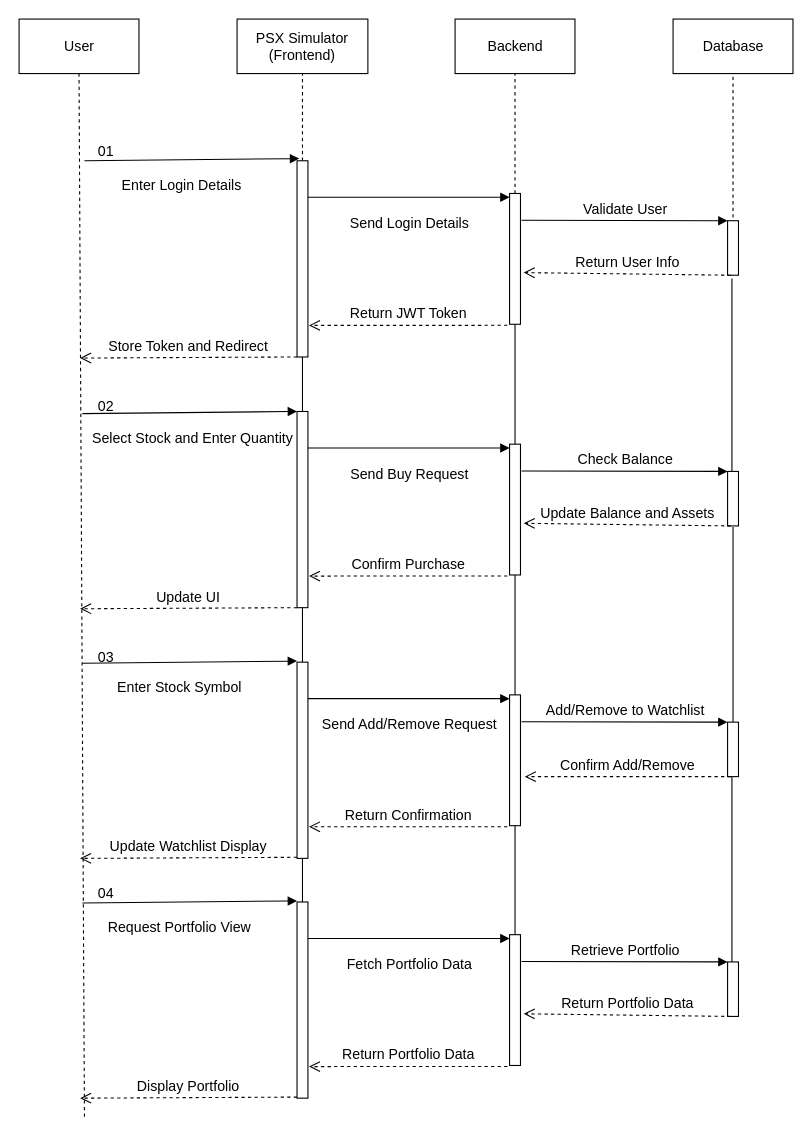
Above: diagrams/sequence.drawio in httpshahan/Pakistan-Stock-Exchange-Simulator (draw.io), before the change. Source tidied: cells renumbered, new cells numbered last; positions are measured from the earlier drawing's top-left corner, leaving out a move shared by most shapes. Both pictures are drawn from the tidied source at 109%, with x=0, y=0 at pixel (19, 19).
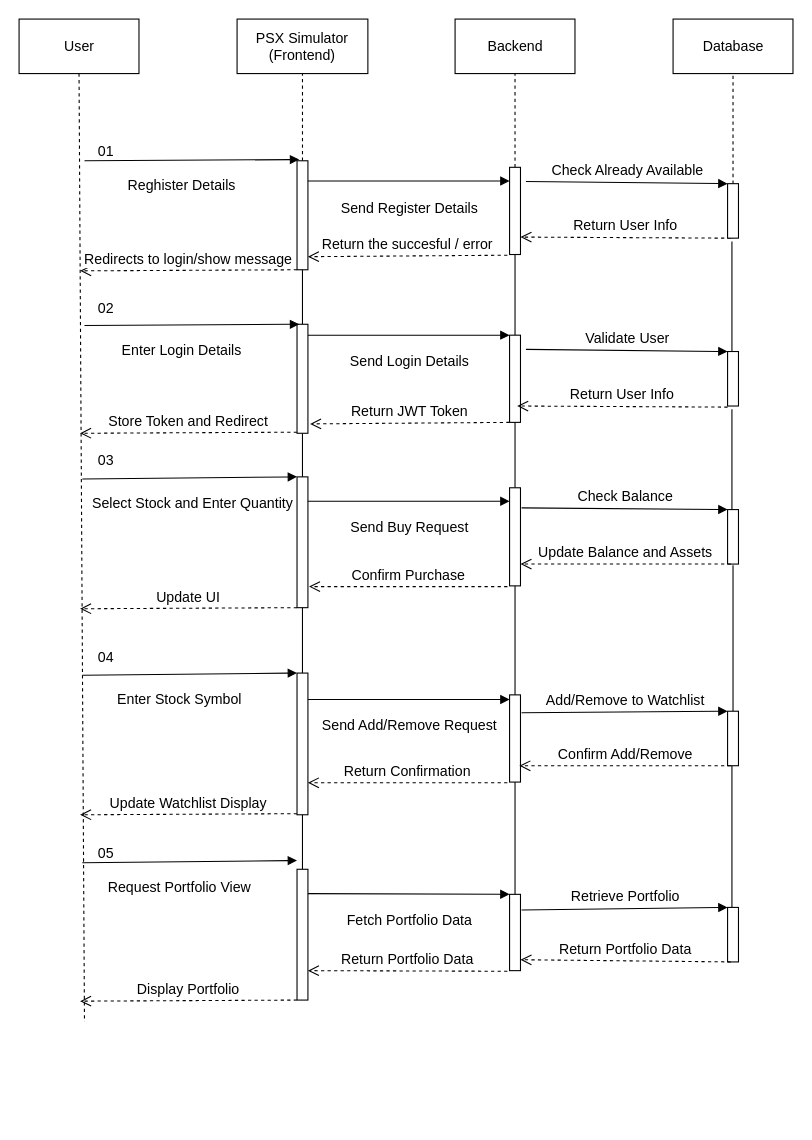
After the change.

The change refers to these unchanged cells:
```xml
<mxCell id="3" value="User" style="html=1;fillColor=none;fontSize=13;" parent="1" vertex="1">
  <mxGeometry width="110" height="50" as="geometry" />
</mxCell>
<mxCell id="5" value="Database" style="html=1;fillColor=none;fontSize=13;" parent="1" vertex="1">
  <mxGeometry x="600" width="110" height="50" as="geometry" />
</mxCell>
```

What changed in the source:
```diff
@@
     <mxCell id="2" style="edgeStyle=none;html=1;exitX=0.5;exitY=1;exitDx=0;exitDy=0;endArrow=none;endFill=0;dashed=1;" parent="1" edge="1" source="3">
       <mxGeometry relative="1" as="geometry">
-        <mxPoint x="60" y="1010" as="targetPoint" />
+        <mxPoint x="60" y="920" as="targetPoint" />
       </mxGeometry>
     </mxCell>
@@
     <mxCell id="7" style="html=1;points=[];perimeter=orthogonalPerimeter;fontSize=13;" parent="1" vertex="1">
-      <mxGeometry x="255" y="130" width="10" height="180" as="geometry" />
+      <mxGeometry x="255" y="130" width="10" height="100" as="geometry" />
     </mxCell>
@@
-    <mxCell id="9" value="Enter Login Details" style="endArrow=block;endFill=1;html=1;align=center;verticalAlign=top;entryX=0.2;entryY=-0.011;entryDx=0;entryDy=0;entryPerimeter=0;fontSize=13;" parent="1" edge="1" target="7">
+    <mxCell id="9" value="Reghister Details" style="endArrow=block;endFill=1;html=1;align=center;verticalAlign=top;entryX=0.2;entryY=-0.011;entryDx=0;entryDy=0;entryPerimeter=0;fontSize=13;" parent="1" edge="1" target="7">
       <mxGeometry x="-0.09" y="-9" relative="1" as="geometry">
         <mxPoint x="60" y="130" as="sourcePoint" />
         <mxPoint x="-1" as="offset" />
       </mxGeometry>
     </mxCell>
@@
     <mxCell id="11" style="html=1;points=[];perimeter=orthogonalPerimeter;fontSize=13;" parent="1" vertex="1">
-      <mxGeometry x="450" y="160" width="10" height="120" as="geometry" />
+      <mxGeometry x="450" y="136" width="10" height="80" as="geometry" />
     </mxCell>
-    <mxCell id="12" value="Send Login Details" style="html=1;verticalAlign=top;startArrow=none;endArrow=block;startSize=8;startFill=0;snapToPoint=0;exitX=1;exitY=0.186;exitDx=0;exitDy=0;exitPerimeter=0;fontSize=13;" parent="1" edge="1" source="7" target="11">
+    <mxCell id="12" value="Send Register Details" style="html=1;verticalAlign=top;startArrow=none;endArrow=block;startSize=8;startFill=0;snapToPoint=0;exitX=1;exitY=0.186;exitDx=0;exitDy=0;exitPerimeter=0;fontSize=13;" parent="1" edge="1" source="7" target="11">
       <mxGeometry y="-10" relative="1" as="geometry" />
     </mxCell>
-    <mxCell id="13" style="edgeStyle=none;html=1;dashed=1;startArrow=none;startFill=0;endArrow=none;endFill=0;entryX=0.5;entryY=1;entryDx=0;entryDy=0;fontSize=13;" parent="1" edge="1" target="5">
-      <mxGeometry relative="1" as="geometry">
-        <mxPoint x="655" y="200" as="sourcePoint" />
-      </mxGeometry>
+    <mxCell id="13" style="edgeStyle=none;html=1;dashed=1;startArrow=none;startFill=0;endArrow=none;endFill=0;entryX=0.5;entryY=1;entryDx=0;entryDy=0;fontSize=13;" parent="1" edge="1" source="14" target="5">
+      <mxGeometry relative="1" as="geometry" />
     </mxCell>
-    <mxCell id="14" style="html=1;points=[];perimeter=orthogonalPerimeter;fontSize=13;" parent="1" vertex="1">
-      <mxGeometry x="650" y="185" width="10" height="50" as="geometry" />
-    </mxCell>
-    <mxCell id="15" value="Validate User" style="html=1;verticalAlign=bottom;endArrow=block;entryX=0;entryY=0;exitX=1.1;exitY=0.205;exitDx=0;exitDy=0;exitPerimeter=0;fontSize=13;" parent="1" edge="1" source="11" target="14">
+    <mxCell id="15" value="Check Already Available" style="html=1;verticalAlign=bottom;endArrow=block;entryX=0;entryY=0;exitX=1.5;exitY=0.163;exitDx=0;exitDy=0;exitPerimeter=0;fontSize=13;" parent="1" edge="1" source="11" target="14">
       <mxGeometry relative="1" as="geometry" />
     </mxCell>
-    <mxCell id="16" value="Return User Info" style="html=1;verticalAlign=bottom;endArrow=open;dashed=1;endSize=8;exitX=0.3;exitY=1;entryX=1.3;entryY=0.605;entryDx=0;entryDy=0;entryPerimeter=0;exitDx=0;exitDy=0;exitPerimeter=0;fontSize=13;" parent="1" edge="1" source="14" target="11">
+    <mxCell id="16" value="Return User Info" style="html=1;verticalAlign=bottom;endArrow=open;dashed=1;endSize=8;exitX=0.3;exitY=1;exitDx=0;exitDy=0;exitPerimeter=0;fontSize=13;entryX=1;entryY=0.8;entryDx=0;entryDy=0;entryPerimeter=0;" parent="1" edge="1" source="14" target="11">
       <mxGeometry relative="1" as="geometry" />
     </mxCell>
-    <mxCell id="17" value="Return JWT Token" style="html=1;verticalAlign=bottom;endArrow=open;dashed=1;endSize=8;exitX=-0.2;exitY=1.008;exitDx=0;exitDy=0;exitPerimeter=0;entryX=1.1;entryY=0.839;entryDx=0;entryDy=0;entryPerimeter=0;fontSize=13;" parent="1" edge="1" source="11" target="7">
+    <mxCell id="17" value="Return the succesful / error" style="html=1;verticalAlign=bottom;endArrow=open;dashed=1;endSize=8;exitX=-0.2;exitY=1.008;exitDx=0;exitDy=0;exitPerimeter=0;fontSize=13;entryX=1;entryY=0.88;entryDx=0;entryDy=0;entryPerimeter=0;" parent="1" edge="1" source="11" target="7">
       <mxGeometry relative="1" as="geometry" />
     </mxCell>
-    <mxCell id="18" value="Store Token and Redirect" style="html=1;verticalAlign=bottom;endArrow=open;dashed=1;endSize=8;exitX=0.3;exitY=1;exitDx=0;exitDy=0;exitPerimeter=0;fontSize=13;" parent="1" edge="1">
+    <mxCell id="18" value="Redirects to login/show message" style="html=1;verticalAlign=bottom;endArrow=open;dashed=1;endSize=8;exitX=0.3;exitY=1;exitDx=0;exitDy=0;exitPerimeter=0;fontSize=13;" parent="1" edge="1">
       <mxGeometry relative="1" as="geometry">
-        <mxPoint x="255" y="310" as="sourcePoint" />
-        <mxPoint x="56" y="311" as="targetPoint" />
+        <mxPoint x="255" y="230" as="sourcePoint" />
+        <mxPoint x="56" y="231" as="targetPoint" />
       </mxGeometry>
     </mxCell>
-    <mxCell id="19" style="edgeStyle=none;html=1;startArrow=none;startFill=0;endArrow=none;endFill=0;fontSize=13;" parent="1" edge="1" source="20" target="7">
+    <mxCell id="19" style="edgeStyle=none;html=1;startArrow=none;startFill=0;endArrow=none;endFill=0;fontSize=13;" parent="1" edge="1" source="61" target="7">
       <mxGeometry relative="1" as="geometry" />
     </mxCell>
     <mxCell id="20" style="html=1;points=[];perimeter=orthogonalPerimeter;fontSize=13;" parent="1" vertex="1">
-      <mxGeometry x="255" y="360" width="10" height="180" as="geometry" />
+      <mxGeometry x="255" y="420" width="10" height="120" as="geometry" />
     </mxCell>
@@
     <mxCell id="23" style="html=1;points=[];perimeter=orthogonalPerimeter;fontSize=13;" parent="1" vertex="1">
-      <mxGeometry x="450" y="390" width="10" height="120" as="geometry" />
+      <mxGeometry x="450" y="430" width="10" height="90" as="geometry" />
     </mxCell>
@@
-    <mxCell id="25" style="edgeStyle=none;html=1;entryX=0.4;entryY=1.06;entryDx=0;entryDy=0;entryPerimeter=0;startArrow=none;startFill=0;endArrow=none;endFill=0;fontSize=13;" parent="1" edge="1" source="26" target="14">
+    <mxCell id="25" style="edgeStyle=none;html=1;entryX=0.4;entryY=1.06;entryDx=0;entryDy=0;entryPerimeter=0;startArrow=none;startFill=0;endArrow=none;endFill=0;fontSize=13;" parent="1" edge="1" source="64" target="14">
       <mxGeometry relative="1" as="geometry" />
     </mxCell>
     <mxCell id="26" style="html=1;points=[];perimeter=orthogonalPerimeter;fontSize=13;" parent="1" vertex="1">
-      <mxGeometry x="650" y="415" width="10" height="50" as="geometry" />
+      <mxGeometry x="650" y="450" width="10" height="50" as="geometry" />
     </mxCell>
@@
-    <mxCell id="28" value="Update Balance and Assets" style="html=1;verticalAlign=bottom;endArrow=open;dashed=1;endSize=8;exitX=0.3;exitY=1;entryX=1.3;entryY=0.605;entryDx=0;entryDy=0;entryPerimeter=0;exitDx=0;exitDy=0;exitPerimeter=0;fontSize=13;" parent="1" edge="1" source="26" target="23">
+    <mxCell id="28" value="Update Balance and Assets" style="html=1;verticalAlign=bottom;endArrow=open;dashed=1;endSize=8;exitX=0.3;exitY=1;exitDx=0;exitDy=0;exitPerimeter=0;fontSize=13;" parent="1" edge="1" source="26" target="23">
       <mxGeometry relative="1" as="geometry" />
     </mxCell>
@@
     <mxCell id="31" style="html=1;points=[];perimeter=orthogonalPerimeter;fontSize=13;" parent="1" vertex="1">
-      <mxGeometry x="255" y="590" width="10" height="180" as="geometry" />
+      <mxGeometry x="255" y="600" width="10" height="130" as="geometry" />
     </mxCell>
@@
     <mxCell id="33" style="html=1;points=[];perimeter=orthogonalPerimeter;fontSize=13;" parent="1" vertex="1">
-      <mxGeometry x="450" y="620" width="10" height="120" as="geometry" />
+      <mxGeometry x="450" y="620" width="10" height="80" as="geometry" />
     </mxCell>
@@
     <mxCell id="37" style="html=1;points=[];perimeter=orthogonalPerimeter;fontSize=13;" parent="1" vertex="1">
-      <mxGeometry x="650" y="645" width="10" height="50" as="geometry" />
+      <mxGeometry x="650" y="635" width="10" height="50" as="geometry" />
     </mxCell>
@@
-    <mxCell id="39" value=" Confirm Add/Remove" style="html=1;verticalAlign=bottom;endArrow=open;dashed=1;endSize=8;exitX=0.3;exitY=1;entryX=1.4;entryY=0.625;entryDx=0;entryDy=0;entryPerimeter=0;exitDx=0;exitDy=0;exitPerimeter=0;fontSize=13;" parent="1" edge="1" source="37" target="33">
+    <mxCell id="39" value=" Confirm Add/Remove" style="html=1;verticalAlign=bottom;endArrow=open;dashed=1;endSize=8;exitX=0.3;exitY=1;exitDx=0;exitDy=0;exitPerimeter=0;fontSize=13;entryX=0.9;entryY=0.813;entryDx=0;entryDy=0;entryPerimeter=0;" parent="1" edge="1" source="37" target="33">
       <mxGeometry relative="1" as="geometry" />
     </mxCell>
-    <mxCell id="40" value="Return Confirmation" style="html=1;verticalAlign=bottom;endArrow=open;dashed=1;endSize=8;exitX=-0.2;exitY=1.008;exitDx=0;exitDy=0;exitPerimeter=0;entryX=1.1;entryY=0.839;entryDx=0;entryDy=0;entryPerimeter=0;fontSize=13;" parent="1" edge="1" source="33" target="31">
+    <mxCell id="40" value="Return Confirmation" style="html=1;verticalAlign=bottom;endArrow=open;dashed=1;endSize=8;exitX=-0.2;exitY=1.008;exitDx=0;exitDy=0;exitPerimeter=0;fontSize=13;" parent="1" edge="1" source="33" target="31">
       <mxGeometry relative="1" as="geometry" />
     </mxCell>
@@
     <mxCell id="42" style="html=1;points=[];perimeter=orthogonalPerimeter;fontSize=13;" parent="1" vertex="1">
-      <mxGeometry x="255" y="810" width="10" height="180" as="geometry" />
+      <mxGeometry x="255" y="780" width="10" height="120" as="geometry" />
     </mxCell>
     <mxCell id="43" style="html=1;points=[];perimeter=orthogonalPerimeter;fontSize=13;" parent="1" vertex="1">
-      <mxGeometry x="450" y="840" width="10" height="120" as="geometry" />
+      <mxGeometry x="450" y="803" width="10" height="70" as="geometry" />
     </mxCell>
@@
     <mxCell id="45" style="html=1;points=[];perimeter=orthogonalPerimeter;fontSize=13;" parent="1" vertex="1">
-      <mxGeometry x="650" y="865" width="10" height="50" as="geometry" />
+      <mxGeometry x="650" y="815" width="10" height="50" as="geometry" />
     </mxCell>
@@
-    <mxCell id="47" value="Return Portfolio Data" style="html=1;verticalAlign=bottom;endArrow=open;dashed=1;endSize=8;exitX=0.3;exitY=1;entryX=1.3;entryY=0.605;entryDx=0;entryDy=0;entryPerimeter=0;exitDx=0;exitDy=0;exitPerimeter=0;fontSize=13;" parent="1" edge="1" source="45" target="43">
+    <mxCell id="47" value="Return Portfolio Data" style="html=1;verticalAlign=bottom;endArrow=open;dashed=1;endSize=8;exitX=0.3;exitY=1;entryX=1;entryY=0.857;entryDx=0;entryDy=0;entryPerimeter=0;exitDx=0;exitDy=0;exitPerimeter=0;fontSize=13;" parent="1" edge="1" source="45" target="43">
       <mxGeometry relative="1" as="geometry" />
     </mxCell>
-    <mxCell id="48" value="Return Portfolio Data" style="html=1;verticalAlign=bottom;endArrow=open;dashed=1;endSize=8;exitX=-0.2;exitY=1.008;exitDx=0;exitDy=0;exitPerimeter=0;entryX=1.1;entryY=0.839;entryDx=0;entryDy=0;entryPerimeter=0;fontSize=13;" parent="1" edge="1" source="43" target="42">
+    <mxCell id="48" value="Return Portfolio Data" style="html=1;verticalAlign=bottom;endArrow=open;dashed=1;endSize=8;exitX=-0.2;exitY=1.008;exitDx=0;exitDy=0;exitPerimeter=0;fontSize=13;entryX=1;entryY=0.775;entryDx=0;entryDy=0;entryPerimeter=0;" parent="1" edge="1" source="43" target="42">
       <mxGeometry relative="1" as="geometry" />
     </mxCell>
     <mxCell id="49" value="&lt;div style=&quot;font-size: 13px;&quot;&gt;Select Stock and Enter&amp;nbsp;Quantity&lt;/div&gt;" style="endArrow=block;endFill=1;html=1;align=center;verticalAlign=top;entryX=0.2;entryY=-0.011;entryDx=0;entryDy=0;entryPerimeter=0;fontSize=13;" parent="1" edge="1">
       <mxGeometry x="0.03" y="-9" relative="1" as="geometry">
-        <mxPoint x="58" y="362" as="sourcePoint" />
-        <mxPoint x="255" y="360" as="targetPoint" />
+        <mxPoint x="58" y="422" as="sourcePoint" />
+        <mxPoint x="255" y="420" as="targetPoint" />
       </mxGeometry>
     </mxCell>
@@
     <mxCell id="51" value="Update Watchlist Display" style="html=1;verticalAlign=bottom;endArrow=open;dashed=1;endSize=8;exitX=0.3;exitY=1;exitDx=0;exitDy=0;exitPerimeter=0;fontSize=13;" parent="1" edge="1">
       <mxGeometry relative="1" as="geometry">
-        <mxPoint x="255" y="769" as="sourcePoint" />
-        <mxPoint x="56" y="770" as="targetPoint" />
+        <mxPoint x="255" y="729" as="sourcePoint" />
+        <mxPoint x="56" y="730" as="targetPoint" />
       </mxGeometry>
     </mxCell>
     <mxCell id="52" value="Enter Stock Symbol" style="endArrow=block;endFill=1;html=1;align=center;verticalAlign=top;entryX=0.2;entryY=-0.011;entryDx=0;entryDy=0;entryPerimeter=0;fontSize=13;" parent="1" edge="1">
       <mxGeometry x="-0.09" y="-9" relative="1" as="geometry">
-        <mxPoint x="58" y="591" as="sourcePoint" />
-        <mxPoint x="255" y="589" as="targetPoint" />
+        <mxPoint x="58" y="602" as="sourcePoint" />
+        <mxPoint x="255" y="600" as="targetPoint" />
         <mxPoint x="-1" as="offset" />
       </mxGeometry>
     </mxCell>
     <mxCell id="53" value=" Display Portfolio" style="html=1;verticalAlign=bottom;endArrow=open;dashed=1;endSize=8;exitX=0.3;exitY=1;exitDx=0;exitDy=0;exitPerimeter=0;fontSize=13;" parent="1" edge="1">
       <mxGeometry relative="1" as="geometry">
-        <mxPoint x="255" y="989" as="sourcePoint" />
-        <mxPoint x="56" y="990" as="targetPoint" />
+        <mxPoint x="255" y="900" as="sourcePoint" />
+        <mxPoint x="56" y="901" as="targetPoint" />
       </mxGeometry>
     </mxCell>
     <mxCell id="54" value="Request Portfolio View" style="endArrow=block;endFill=1;html=1;align=center;verticalAlign=top;entryX=0.2;entryY=-0.011;entryDx=0;entryDy=0;entryPerimeter=0;fontSize=13;" parent="1" edge="1">
       <mxGeometry x="-0.09" y="-9" relative="1" as="geometry">
-        <mxPoint x="58" y="811" as="sourcePoint" />
-        <mxPoint x="255" y="809" as="targetPoint" />
+        <mxPoint x="58" y="774" as="sourcePoint" />
+        <mxPoint x="255" y="772" as="targetPoint" />
         <mxPoint x="-1" as="offset" />
       </mxGeometry>
     </mxCell>
@@
     <mxCell id="56" value="02" style="text;html=1;strokeColor=none;fillColor=none;align=center;verticalAlign=middle;whiteSpace=wrap;rounded=0;fontSize=13;" parent="1" vertex="1">
-      <mxGeometry x="50" y="340" width="60" height="30" as="geometry" />
+      <mxGeometry x="50" y="250" width="60" height="30" as="geometry" />
     </mxCell>
-    <mxCell id="57" value="03" style="text;html=1;strokeColor=none;fillColor=none;align=center;verticalAlign=middle;whiteSpace=wrap;rounded=0;fontSize=13;" parent="1" vertex="1">
+    <mxCell id="57" value="04" style="text;html=1;strokeColor=none;fillColor=none;align=center;verticalAlign=middle;whiteSpace=wrap;rounded=0;fontSize=13;" parent="1" vertex="1">
       <mxGeometry x="50" y="570" width="60" height="30" as="geometry" />
     </mxCell>
-    <mxCell id="58" value="04" style="text;html=1;strokeColor=none;fillColor=none;align=center;verticalAlign=middle;whiteSpace=wrap;rounded=0;fontSize=13;" parent="1" vertex="1">
-      <mxGeometry x="50" y="787" width="60" height="30" as="geometry" />
+    <mxCell id="58" value="05" style="text;html=1;strokeColor=none;fillColor=none;align=center;verticalAlign=middle;whiteSpace=wrap;rounded=0;fontSize=13;" parent="1" vertex="1">
+      <mxGeometry x="50" y="750" width="60" height="30" as="geometry" />
     </mxCell>
+    <mxCell id="59" style="edgeStyle=none;html=1;dashed=1;startArrow=none;startFill=0;endArrow=none;endFill=0;entryX=0.5;entryY=1;entryDx=0;entryDy=0;fontSize=13;" parent="1" edge="1" target="14">
+      <mxGeometry relative="1" as="geometry">
+        <mxPoint x="655" y="200" as="sourcePoint" />
+      </mxGeometry>
+    </mxCell>
+    <mxCell id="14" style="html=1;points=[];perimeter=orthogonalPerimeter;fontSize=13;" parent="1" vertex="1">
+      <mxGeometry x="650" y="151" width="10" height="50" as="geometry" />
+    </mxCell>
+    <mxCell id="60" style="edgeStyle=none;html=1;startArrow=none;startFill=0;endArrow=none;endFill=0;fontSize=13;" parent="1" edge="1" source="20" target="61">
+      <mxGeometry relative="1" as="geometry" />
+    </mxCell>
+    <mxCell id="61" style="html=1;points=[];perimeter=orthogonalPerimeter;fontSize=13;" parent="1" vertex="1">
+      <mxGeometry x="255" y="280" width="10" height="100" as="geometry" />
+    </mxCell>
+    <mxCell id="62" style="html=1;perimeter=orthogonalPerimeter;fontSize=13;" parent="1" vertex="1">
+      <mxGeometry x="450" y="290" width="10" height="80" as="geometry" />
+    </mxCell>
+    <mxCell id="63" style="edgeStyle=none;html=1;entryX=0.4;entryY=1.06;entryDx=0;entryDy=0;entryPerimeter=0;startArrow=none;startFill=0;endArrow=none;endFill=0;fontSize=13;" parent="1" edge="1" source="26" target="64">
+      <mxGeometry relative="1" as="geometry" />
+    </mxCell>
+    <mxCell id="64" style="html=1;points=[];perimeter=orthogonalPerimeter;fontSize=13;" parent="1" vertex="1">
+      <mxGeometry x="650" y="305" width="10" height="50" as="geometry" />
+    </mxCell>
+    <mxCell id="65" value="Enter Login Details" style="endArrow=block;endFill=1;html=1;align=center;verticalAlign=top;entryX=0.2;entryY=-0.011;entryDx=0;entryDy=0;entryPerimeter=0;fontSize=13;" parent="1" edge="1">
+      <mxGeometry x="-0.09" y="-9" relative="1" as="geometry">
+        <mxPoint x="60" y="281.1" as="sourcePoint" />
+        <mxPoint x="257" y="280" as="targetPoint" />
+        <mxPoint x="-1" as="offset" />
+      </mxGeometry>
+    </mxCell>
+    <mxCell id="66" value="Store Token and Redirect" style="html=1;verticalAlign=bottom;endArrow=open;dashed=1;endSize=8;exitX=0.3;exitY=1;exitDx=0;exitDy=0;exitPerimeter=0;fontSize=13;" parent="1" edge="1">
+      <mxGeometry relative="1" as="geometry">
+        <mxPoint x="255" y="379" as="sourcePoint" />
+        <mxPoint x="56" y="380" as="targetPoint" />
+      </mxGeometry>
+    </mxCell>
+    <mxCell id="67" value="Send Login Details" style="html=1;verticalAlign=top;startArrow=none;endArrow=block;startSize=8;startFill=0;snapToPoint=0;exitX=1;exitY=0.186;exitDx=0;exitDy=0;exitPerimeter=0;fontSize=13;" parent="1" edge="1">
+      <mxGeometry y="-10" relative="1" as="geometry">
+        <mxPoint x="265" y="290" as="sourcePoint" />
+        <mxPoint x="450" y="290" as="targetPoint" />
+      </mxGeometry>
+    </mxCell>
+    <mxCell id="68" value="Return JWT Token" style="html=1;verticalAlign=bottom;endArrow=open;dashed=1;endSize=8;exitX=-0.2;exitY=1.008;exitDx=0;exitDy=0;exitPerimeter=0;fontSize=13;entryX=1;entryY=0.88;entryDx=0;entryDy=0;entryPerimeter=0;" parent="1" edge="1">
+      <mxGeometry relative="1" as="geometry">
+        <mxPoint x="450" y="370" as="sourcePoint" />
+        <mxPoint x="267" y="371.4" as="targetPoint" />
+      </mxGeometry>
+    </mxCell>
+    <mxCell id="69" value="Validate User" style="html=1;verticalAlign=bottom;endArrow=block;entryX=0;entryY=0;exitX=1.5;exitY=0.163;exitDx=0;exitDy=0;exitPerimeter=0;fontSize=13;" parent="1" edge="1">
+      <mxGeometry relative="1" as="geometry">
+        <mxPoint x="465" y="303" as="sourcePoint" />
+        <mxPoint x="650" y="305" as="targetPoint" />
+      </mxGeometry>
+    </mxCell>
+    <mxCell id="70" value="Return User Info" style="html=1;verticalAlign=bottom;endArrow=open;dashed=1;endSize=8;exitX=0.3;exitY=1;exitDx=0;exitDy=0;exitPerimeter=0;fontSize=13;entryX=1;entryY=0.8;entryDx=0;entryDy=0;entryPerimeter=0;" parent="1" edge="1">
+      <mxGeometry relative="1" as="geometry">
+        <mxPoint x="650" y="356" as="sourcePoint" />
+        <mxPoint x="457" y="355" as="targetPoint" />
+      </mxGeometry>
+    </mxCell>
+    <mxCell id="71" value="03" style="text;html=1;strokeColor=none;fillColor=none;align=center;verticalAlign=middle;whiteSpace=wrap;rounded=0;fontSize=13;" parent="1" vertex="1">
+      <mxGeometry x="50" y="390" width="60" height="30" as="geometry" />
+    </mxCell>
```
